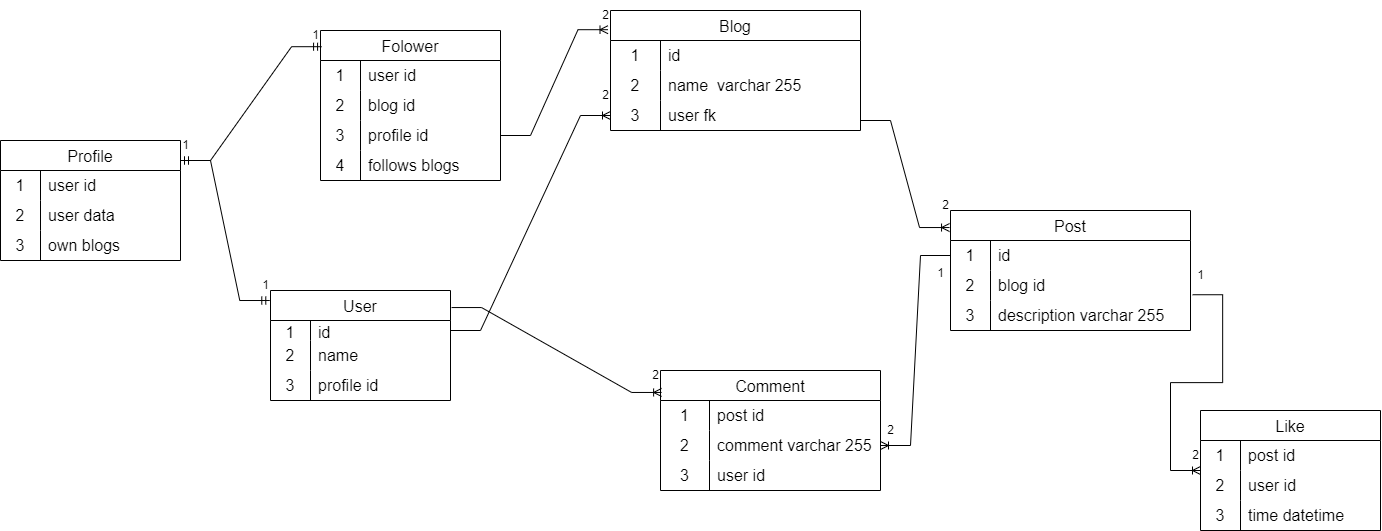
Before: hw_6/hw_6.png, a diagram exported from draw.io (Sanchous315896/back-end-django). Source tidied: cells renumbered, new cells last; positions are measured from the earlier drawing's top-left corner, leaving out a move shared by most shapes.
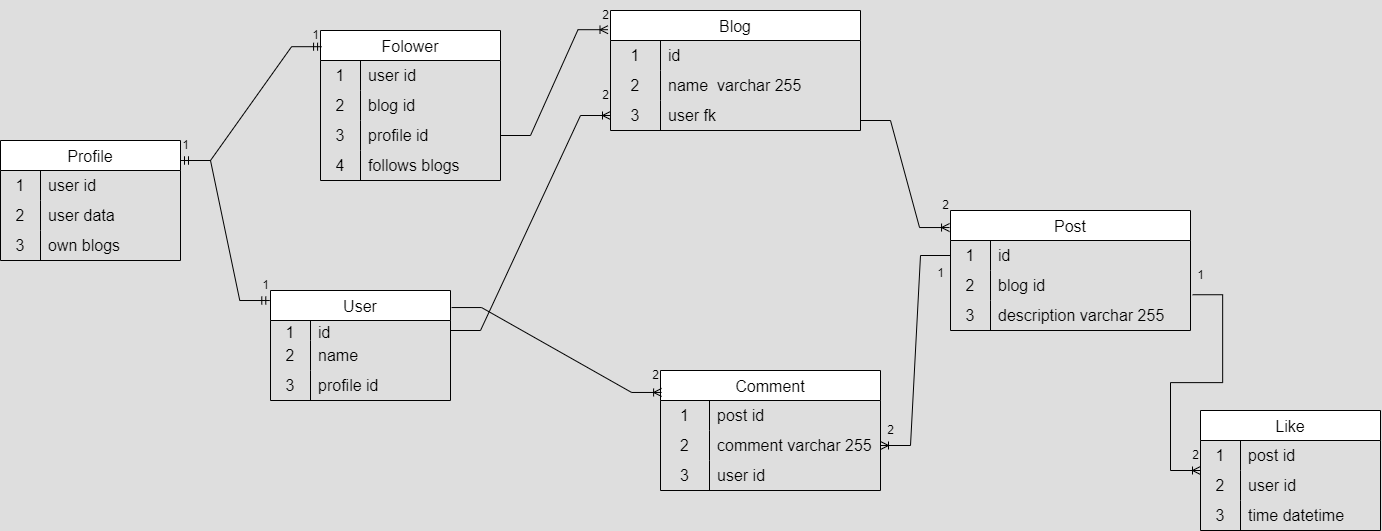
The same diagram one commit later.

Change to the diagram source:
```diff
@@ -1,4 +1,4 @@
-<mxGraphModel>
+<mxGraphModel background="#DEDEDE">
   <root>
     <mxCell id="0" />
     <mxCell id="1" parent="0" />
```
